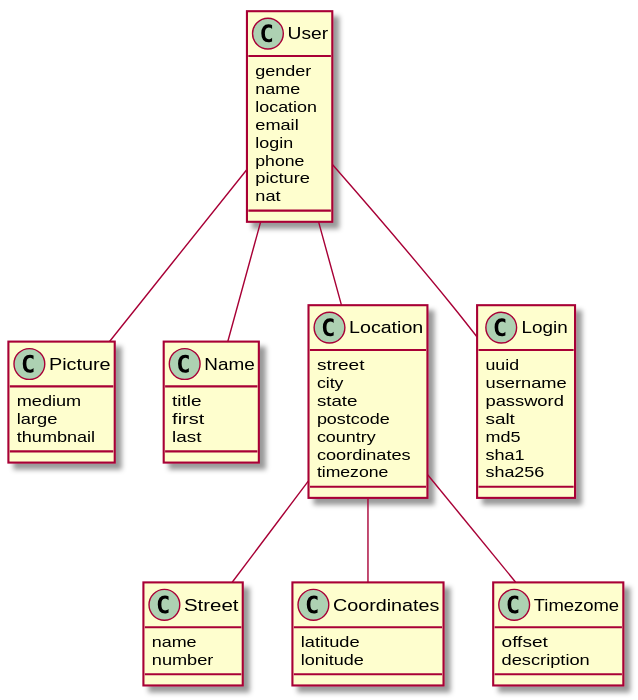
The PlantUML diagram assets/images/fullstack-webapp-guide/data_structure_diagram.svg in ndlarsen/ndlarsen.github.io, before a commit.
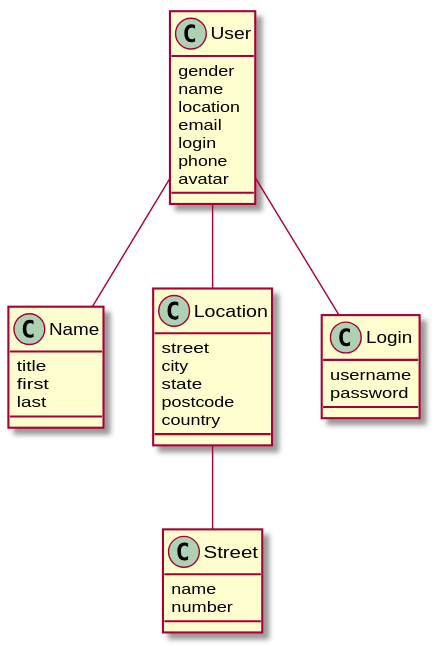
After the commit.

Commit message:
Post and uml updated.

What changed in the source:
```diff
@@ -7,14 +7,7 @@
     email
     login
     phone
-    picture
-    nat
-}
-
-class Picture {
-    medium
-    large
-    thumbnail
+    avatar
 }
 
 class Name {
@@ -31,8 +24,6 @@
     state
     postcode
     country
-    coordinates
-    timezone
 }
 
 User -- Location
@@ -44,30 +35,9 @@
 
 Location -- Street
 
-class Coordinates {
-    latitude
-    lonitude
-}
-
-Location -- Coordinates
-
-class Timezome {
-    offset
-    description
-}
-
-Location -- Timezome
-
-User --  Picture
-
 class Login {
-    uuid
     username
     password
-    salt
-    md5
-    sha1
-    sha256
 }
 
 User -- Login
```
